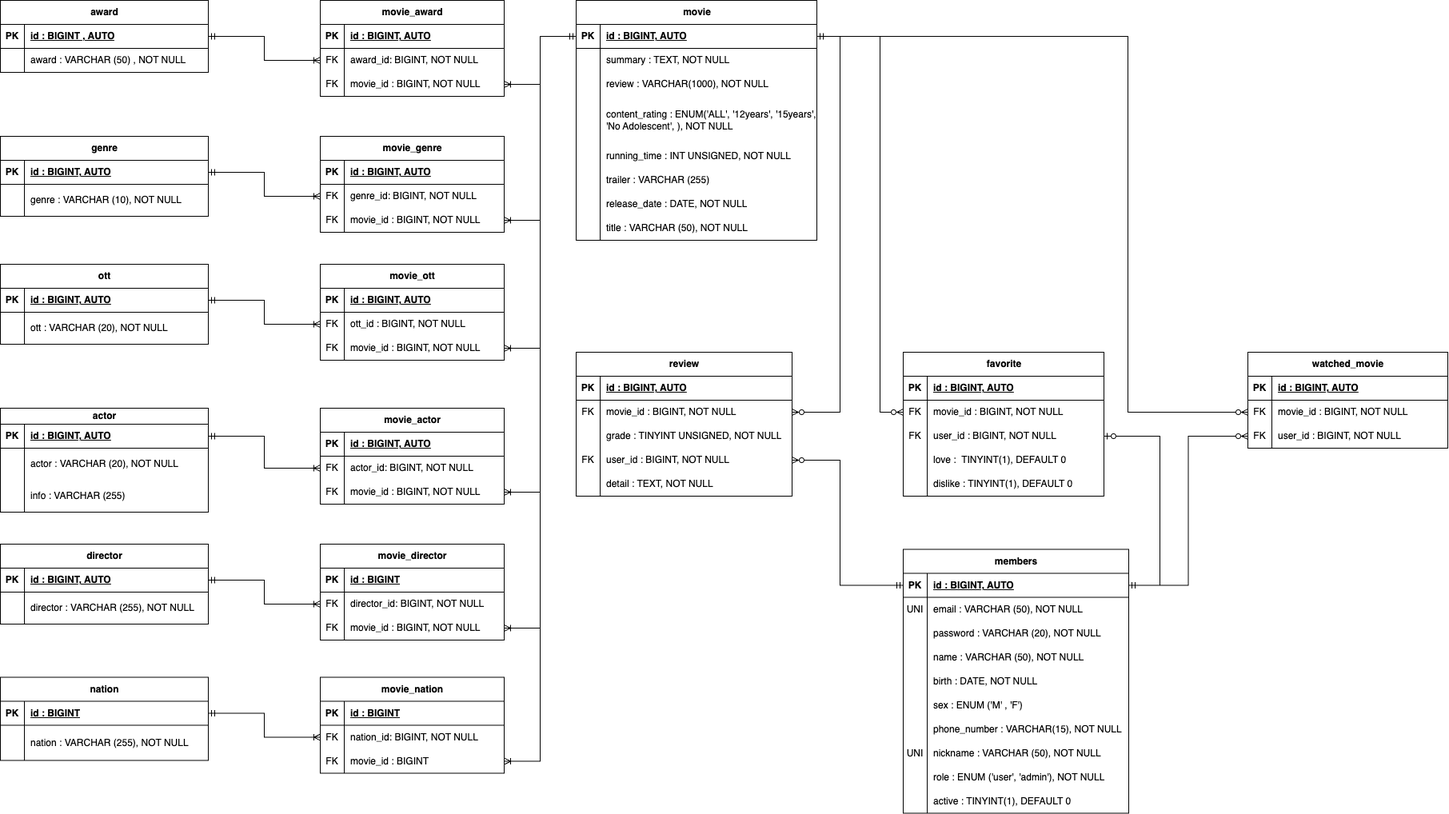
The draw.io diagram data_modeling/relation_schema/final_relation_schema_v5.png in Hi-Imjaeyoung/data_modeling_project, before a commit. Source tidied: cells renumbered, new cells last; positions are measured from the earlier drawing's top-left corner, leaving out a move shared by most shapes.
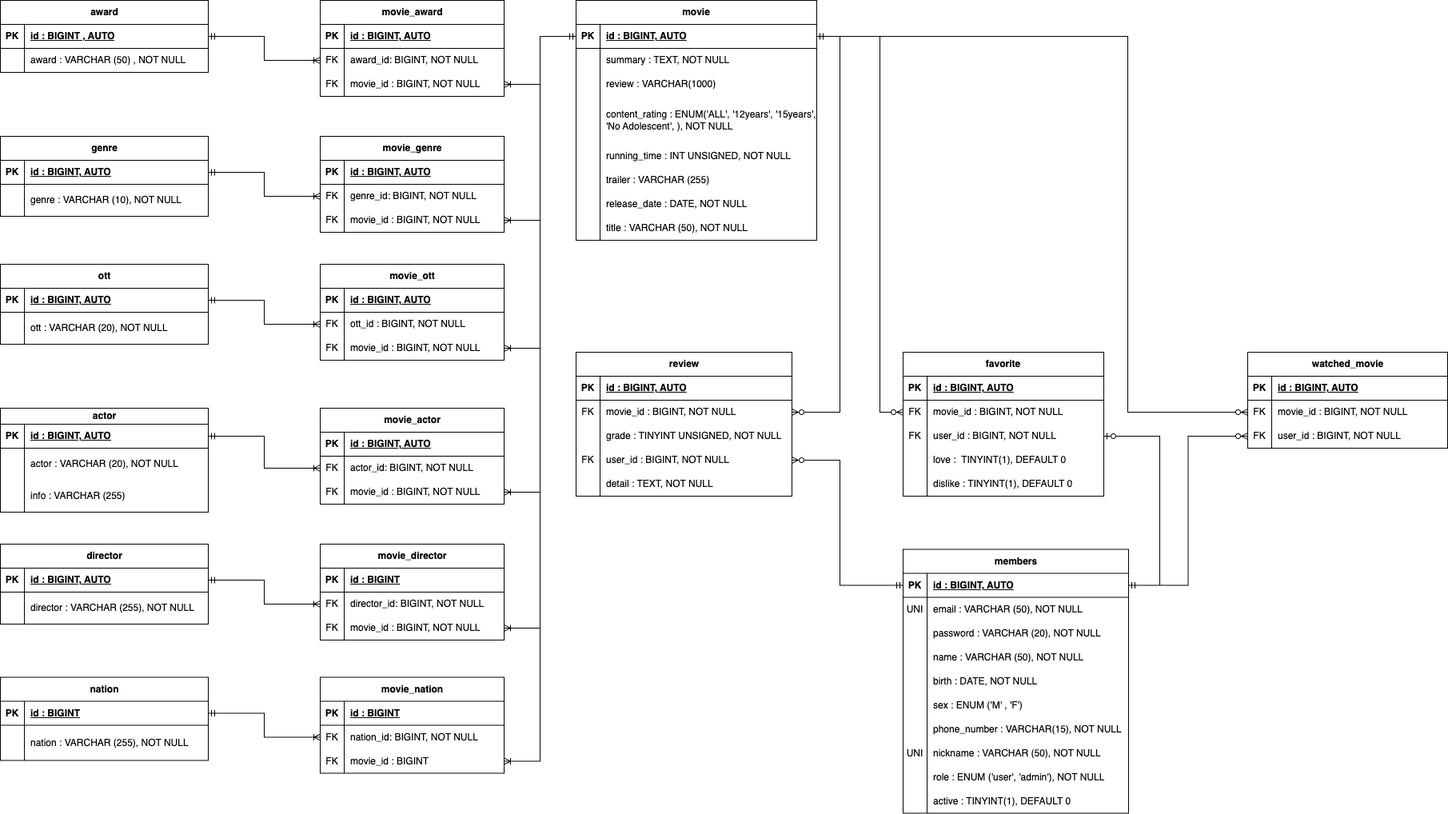
After the change.

Commit message:
final_relation_schema_v5

Change to the diagram source:
```diff
@@ -29,7 +29,7 @@
     <mxCell id="10" style="shape=partialRectangle;fillColor=none;top=0;left=0;bottom=0;right=0;overflow=hidden;whiteSpace=wrap;html=1;" parent="9" vertex="1">
       <mxGeometry width="30" height="30" as="geometry" />
     </mxCell>
-    <mxCell id="11" value="review : VARCHAR(1000), NOT NULL" style="shape=partialRectangle;fillColor=none;top=0;left=0;bottom=0;right=0;align=left;spacingLeft=6;overflow=hidden;whiteSpace=wrap;html=1;" parent="9" vertex="1">
+    <mxCell id="11" value="review : VARCHAR(1000)" style="shape=partialRectangle;fillColor=none;top=0;left=0;bottom=0;right=0;align=left;spacingLeft=6;overflow=hidden;whiteSpace=wrap;html=1;" parent="9" vertex="1">
       <mxGeometry x="30" width="271" height="30" as="geometry" />
     </mxCell>
     <mxCell id="12" style="shape=tableRow;horizontal=0;startSize=0;swimlaneHead=0;swimlaneBody=0;fillColor=none;top=0;left=0;right=0;bottom=0;" parent="2" vertex="1">
```
